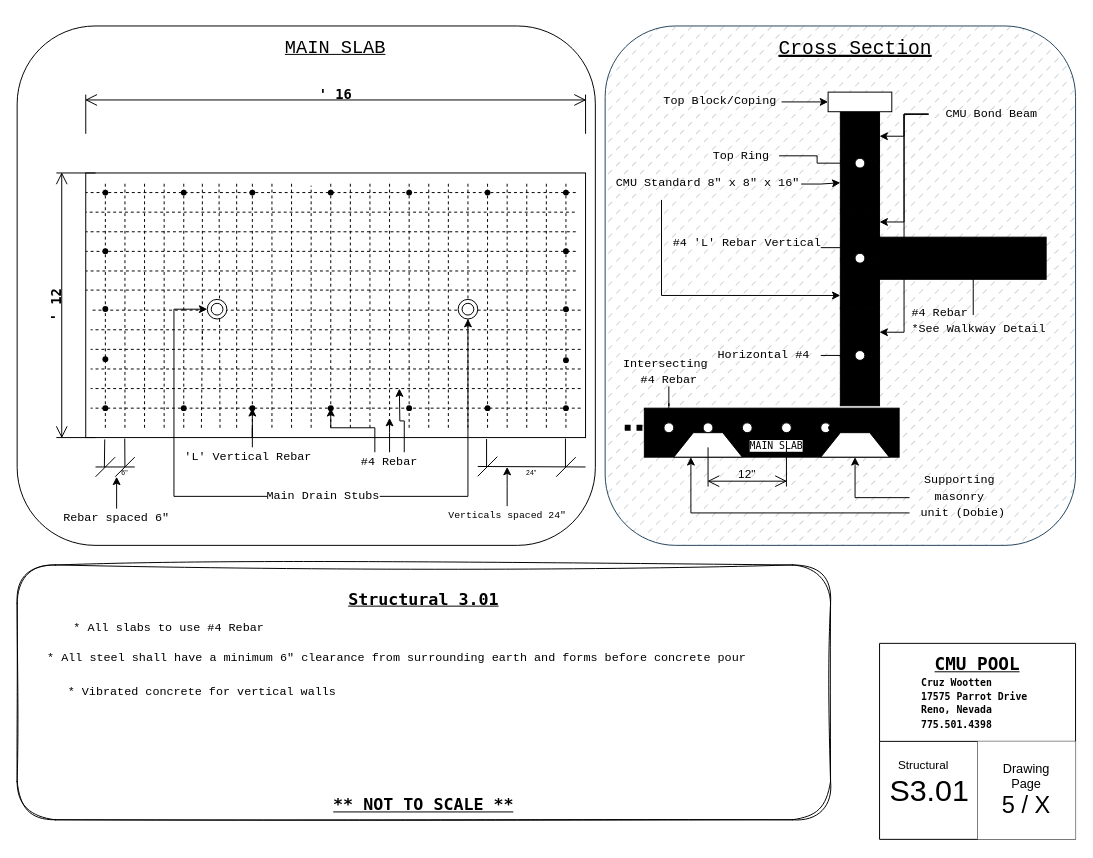
This is S301.drawio from LilWikipedia/parrotpool, a draw.io file, before an edit. Source tidied: cells renumbered, new cells numbered last; positions are measured from the earlier drawing's top-left corner, leaving out a move shared by most shapes. Both pictures are drawn from the tidied source at 98%, with x=0, y=0 at pixel (17, 25).
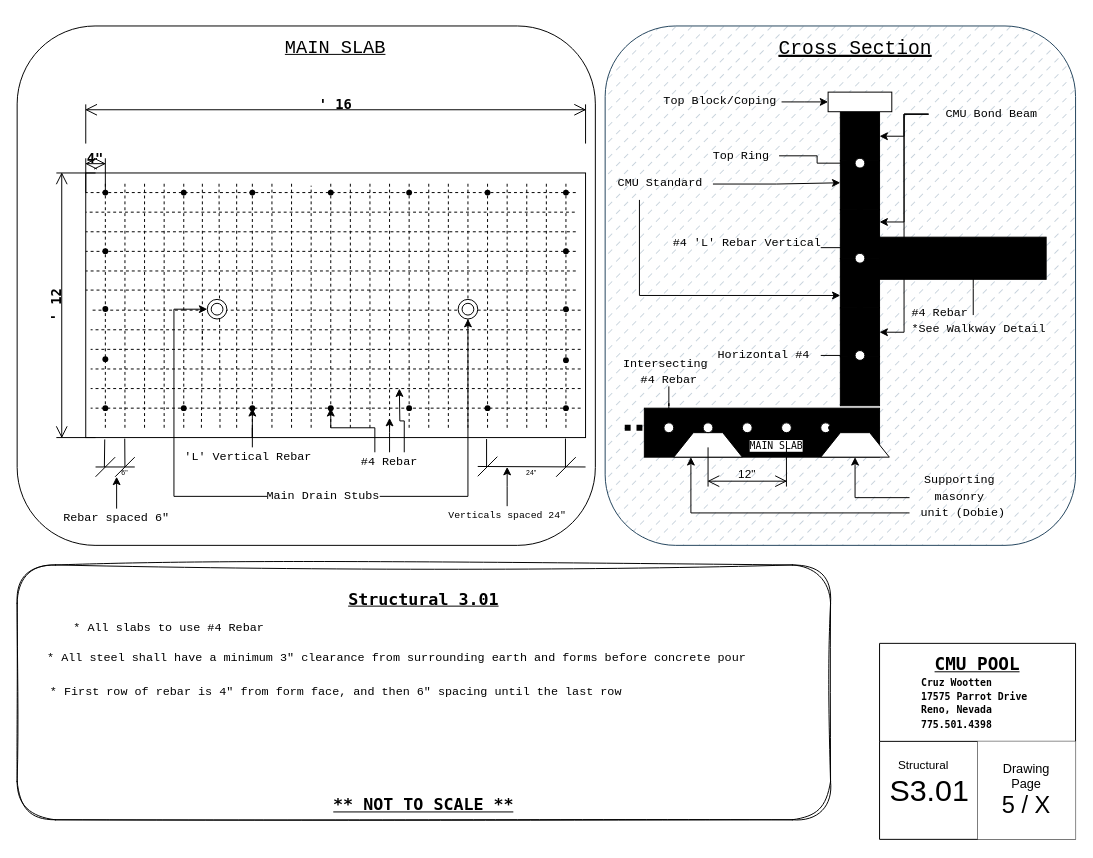
The same diagram, later.

The change refers to these unchanged cells:
```xml
<mxCell id="56" style="rounded=0;whiteSpace=wrap;html=1;fillStyle=cross-hatch;strokeColor=default;align=center;verticalAlign=middle;fontFamily=Helvetica;fontSize=12;fontColor=default;fillColor=light-dark(#FFFFFF,#AEAEAE);" parent="1" vertex="1">
  <mxGeometry x="840" y="187.5" width="40" height="50" as="geometry" />
</mxCell>
```

The edit, as a diff of the source:
```diff
@@
     <mxCell id="61" style="rounded=0;whiteSpace=wrap;html=1;fillStyle=hatch;fillColor=light-dark(#FFFFFF,#808080);" parent="1" vertex="1">
-      <mxGeometry x="640" y="390" width="260" height="50" as="geometry" />
+      <mxGeometry x="640" y="390" width="240" height="50" as="geometry" />
     </mxCell>
@@
-    <mxCell id="65" value="&lt;pre&gt;CMU Standard 8&quot; x 8&quot; x 16&quot;&lt;/pre&gt;" style="text;html=1;align=center;verticalAlign=middle;whiteSpace=wrap;rounded=0;strokeColor=none;" parent="1" vertex="1">
-      <mxGeometry x="610" y="145" width="190" height="32.5" as="geometry" />
+    <mxCell id="65" value="&lt;pre&gt;CMU Standard &lt;/pre&gt;" style="text;html=1;align=center;verticalAlign=middle;whiteSpace=wrap;rounded=0;strokeColor=none;" parent="1" vertex="1">
+      <mxGeometry x="610" y="145" width="100" height="32.5" as="geometry" />
     </mxCell>
@@
-    <mxCell id="101" value="&lt;b&gt;&lt;font face=&quot;Lucida Console&quot; style=&quot;font-size: 14px;&quot;&gt;' 16&lt;/font&gt;&lt;/b&gt;" style="shape=dimension;direction=west;whiteSpace=wrap;html=1;align=center;verticalAlign=top;spacingTop=-15;labelBackgroundColor=none;" parent="1" vertex="1">
-      <mxGeometry x="70" y="70" width="510" height="40" as="geometry" />
+    <mxCell id="101" value="&lt;b&gt;&lt;font face=&quot;Lucida Console&quot; style=&quot;font-size: 14px;&quot;&gt;4&quot;&lt;/font&gt;&lt;/b&gt;" style="shape=dimension;direction=west;whiteSpace=wrap;html=1;align=center;verticalAlign=top;spacingTop=-15;labelBackgroundColor=none;" parent="1" vertex="1">
+      <mxGeometry x="70" y="135" width="20" height="35" as="geometry" />
     </mxCell>
@@
-    <mxCell id="103" value="&lt;pre&gt;* All steel shall have a minimum 6&quot; clearance from surrounding earth and forms before concrete pour&lt;/pre&gt;" style="text;html=1;align=center;verticalAlign=middle;whiteSpace=wrap;rounded=0;strokeColor=none;" parent="1" vertex="1">
+    <mxCell id="103" value="&lt;pre&gt;* All steel shall have a minimum 3&quot; clearance from surrounding earth and forms before concrete pour&lt;/pre&gt;" style="text;html=1;align=center;verticalAlign=middle;whiteSpace=wrap;rounded=0;strokeColor=none;" parent="1" vertex="1">
       <mxGeometry x="70" y="620" width="635" height="50" as="geometry" />
     </mxCell>
-    <mxCell id="104" value="&lt;pre&gt;* Vibrated concrete for vertical walls &lt;/pre&gt;" style="text;html=1;align=center;verticalAlign=middle;whiteSpace=wrap;rounded=0;strokeColor=none;" parent="1" vertex="1">
-      <mxGeometry x="60" y="655" width="265" height="50" as="geometry" />
+    <mxCell id="104" value="&lt;pre&gt;* First row of rebar is 4&quot; from form face, and then 6&quot; spacing until the last row&lt;/pre&gt;" style="text;html=1;align=center;verticalAlign=middle;whiteSpace=wrap;rounded=0;strokeColor=none;" parent="1" vertex="1">
+      <mxGeometry x="192.5" y="655" width="265" height="50" as="geometry" />
     </mxCell>
@@
-    <mxCell id="107" style="endArrow=none;dashed=1;html=1;dashPattern=1 3;strokeWidth=2;rounded=0;" parent="1" edge="1">
+    <mxCell id="107" style="endArrow=none;dashed=1;html=1;dashPattern=1 3;strokeWidth=2;rounded=0;exitX=0.75;exitY=1;exitDx=0;exitDy=0;" parent="1" edge="1" source="56">
       <mxGeometry relative="1" as="geometry">
-        <mxPoint x="870" y="259" as="sourcePoint" />
         <mxPoint x="1030" y="240" as="targetPoint" />
         <Array as="points">
           <mxPoint x="870" y="240" />
         </Array>
       </mxGeometry>
     </mxCell>
@@
+    <mxCell id="159" value="&lt;b&gt;&lt;font face=&quot;Lucida Console&quot; style=&quot;font-size: 14px;&quot;&gt;' 16&lt;/font&gt;&lt;/b&gt;" style="shape=dimension;direction=west;whiteSpace=wrap;html=1;align=center;verticalAlign=top;spacingTop=-15;labelBackgroundColor=none;" parent="1" vertex="1">
+      <mxGeometry x="70" y="80" width="510" height="40" as="geometry" />
+    </mxCell>
```
